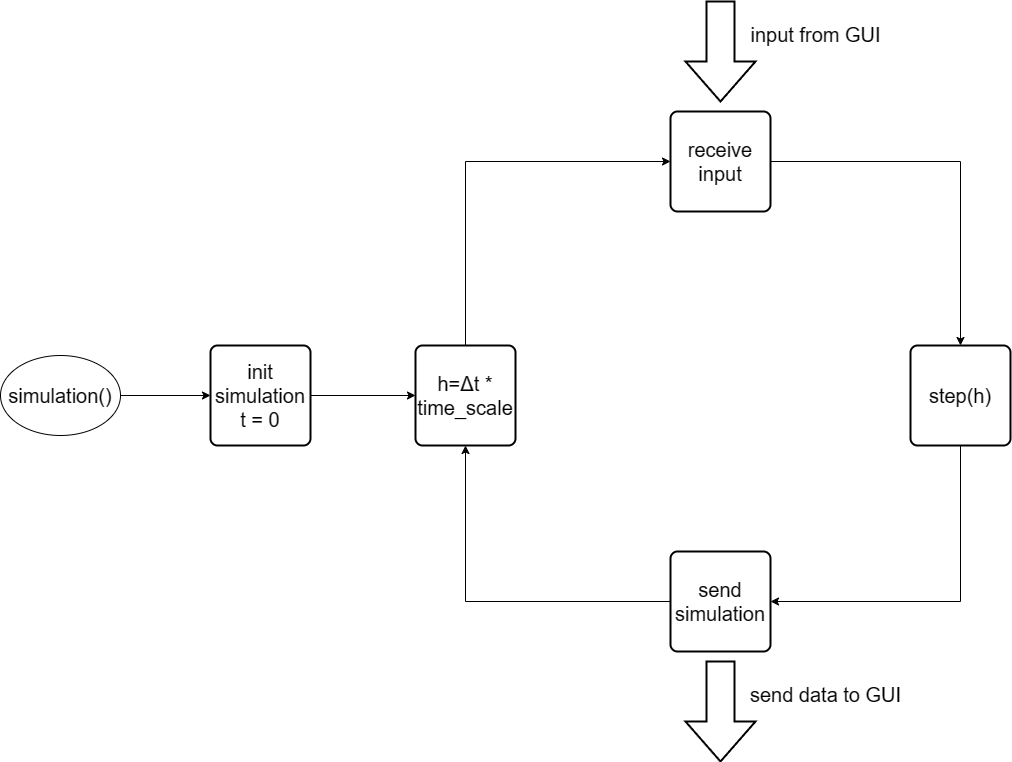
DerGorn/InterstellareSimulation keeps this draw.io diagram as Final/simulation.png. Above is the earlier version. Source tidied: cells renumbered, new cells last; positions are measured from the earlier drawing's top-left corner, leaving out a move shared by most shapes. Source of this version:
```xml
<mxGraphModel>
  <root>
    <mxCell id="0" />
    <mxCell id="1" parent="0" />
    <mxCell id="2" style="edgeStyle=orthogonalEdgeStyle;rounded=0;jettySize=auto;html=1;entryX=0;entryY=0.5;entryDx=0;entryDy=0;" parent="1" edge="1" source="3" target="5">
      <mxGeometry relative="1" as="geometry" />
    </mxCell>
    <mxCell id="3" value="&lt;font style=&quot;font-size: 20px;&quot;&gt;simulation()&lt;/font&gt;" style="ellipse;whiteSpace=wrap;html=1;" parent="1" vertex="1">
      <mxGeometry y="354" width="120" height="80" as="geometry" />
    </mxCell>
    <mxCell id="4" style="edgeStyle=orthogonalEdgeStyle;rounded=0;jettySize=auto;html=1;entryX=0;entryY=0.5;entryDx=0;entryDy=0;" parent="1" edge="1" source="5" target="7">
      <mxGeometry relative="1" as="geometry" />
    </mxCell>
    <mxCell id="5" value="&lt;font style=&quot;font-size: 20px;&quot;&gt;init simulation&lt;br&gt;t = 0&lt;/font&gt;" style="rounded=1;whiteSpace=wrap;html=1;absoluteArcSize=1;arcSize=14;strokeWidth=2;" parent="1" vertex="1">
      <mxGeometry x="210" y="344" width="100" height="100" as="geometry" />
    </mxCell>
    <mxCell id="6" style="edgeStyle=orthogonalEdgeStyle;rounded=0;jettySize=auto;html=1;entryX=0;entryY=0.5;entryDx=0;entryDy=0;exitX=0.5;exitY=0;exitDx=0;exitDy=0;" parent="1" edge="1" source="7" target="11">
      <mxGeometry relative="1" as="geometry" />
    </mxCell>
    <mxCell id="7" value="&lt;font style=&quot;font-size: 20px;&quot;&gt;h=Δt * time_scale&lt;/font&gt;" style="rounded=1;whiteSpace=wrap;html=1;absoluteArcSize=1;arcSize=14;strokeWidth=2;" parent="1" vertex="1">
      <mxGeometry x="415" y="344" width="100" height="100" as="geometry" />
    </mxCell>
    <mxCell id="8" style="edgeStyle=orthogonalEdgeStyle;rounded=0;jettySize=auto;html=1;entryX=0.5;entryY=1;entryDx=0;entryDy=0;" parent="1" edge="1" source="9" target="7">
      <mxGeometry relative="1" as="geometry" />
    </mxCell>
    <mxCell id="9" value="&lt;font style=&quot;font-size: 20px;&quot;&gt;send simulation&lt;/font&gt;" style="rounded=1;whiteSpace=wrap;html=1;absoluteArcSize=1;arcSize=14;strokeWidth=2;" parent="1" vertex="1">
      <mxGeometry x="670" y="550" width="100" height="100" as="geometry" />
    </mxCell>
    <mxCell id="10" style="edgeStyle=orthogonalEdgeStyle;rounded=0;jettySize=auto;html=1;entryX=0.5;entryY=0;entryDx=0;entryDy=0;" parent="1" edge="1" source="11" target="13">
      <mxGeometry relative="1" as="geometry" />
    </mxCell>
    <mxCell id="11" value="&lt;font style=&quot;font-size: 20px;&quot;&gt;receive input&lt;/font&gt;" style="rounded=1;whiteSpace=wrap;html=1;absoluteArcSize=1;arcSize=14;strokeWidth=2;" parent="1" vertex="1">
      <mxGeometry x="670" y="110" width="100" height="100" as="geometry" />
    </mxCell>
    <mxCell id="12" style="edgeStyle=orthogonalEdgeStyle;rounded=0;jettySize=auto;html=1;entryX=1;entryY=0.5;entryDx=0;entryDy=0;exitX=0.5;exitY=1;exitDx=0;exitDy=0;" parent="1" edge="1" source="13" target="9">
      <mxGeometry relative="1" as="geometry" />
    </mxCell>
    <mxCell id="13" value="&lt;font style=&quot;font-size: 20px;&quot;&gt;step(h)&lt;/font&gt;" style="rounded=1;whiteSpace=wrap;html=1;absoluteArcSize=1;arcSize=14;strokeWidth=2;" parent="1" vertex="1">
      <mxGeometry x="910" y="344" width="100" height="100" as="geometry" />
    </mxCell>
    <mxCell id="14" style="verticalLabelPosition=bottom;verticalAlign=top;html=1;strokeWidth=2;shape=mxgraph.arrows2.arrow;dy=0.6;dx=40;notch=0;direction=south;" parent="1" vertex="1">
      <mxGeometry x="685" width="70" height="100" as="geometry" />
    </mxCell>
    <mxCell id="15" style="verticalLabelPosition=bottom;verticalAlign=top;html=1;strokeWidth=2;shape=mxgraph.arrows2.arrow;dy=0.6;dx=40;notch=0;direction=south;" parent="1" vertex="1">
      <mxGeometry x="685" y="660" width="70" height="100" as="geometry" />
    </mxCell>
    <mxCell id="16" value="&lt;font style=&quot;font-size: 20px;&quot;&gt;input from GUI&lt;/font&gt;" style="text;html=1;align=center;verticalAlign=middle;strokeColor=none;fillColor=none;" parent="1" vertex="1">
      <mxGeometry x="740" y="13" width="150" height="40" as="geometry" />
    </mxCell>
    <mxCell id="17" value="&lt;font style=&quot;font-size: 20px;&quot;&gt;send data to GUI&lt;/font&gt;" style="text;html=1;align=center;verticalAlign=middle;strokeColor=none;fillColor=none;" parent="1" vertex="1">
      <mxGeometry x="740" y="673" width="170" height="40" as="geometry" />
    </mxCell>
  </root>
</mxGraphModel>
```
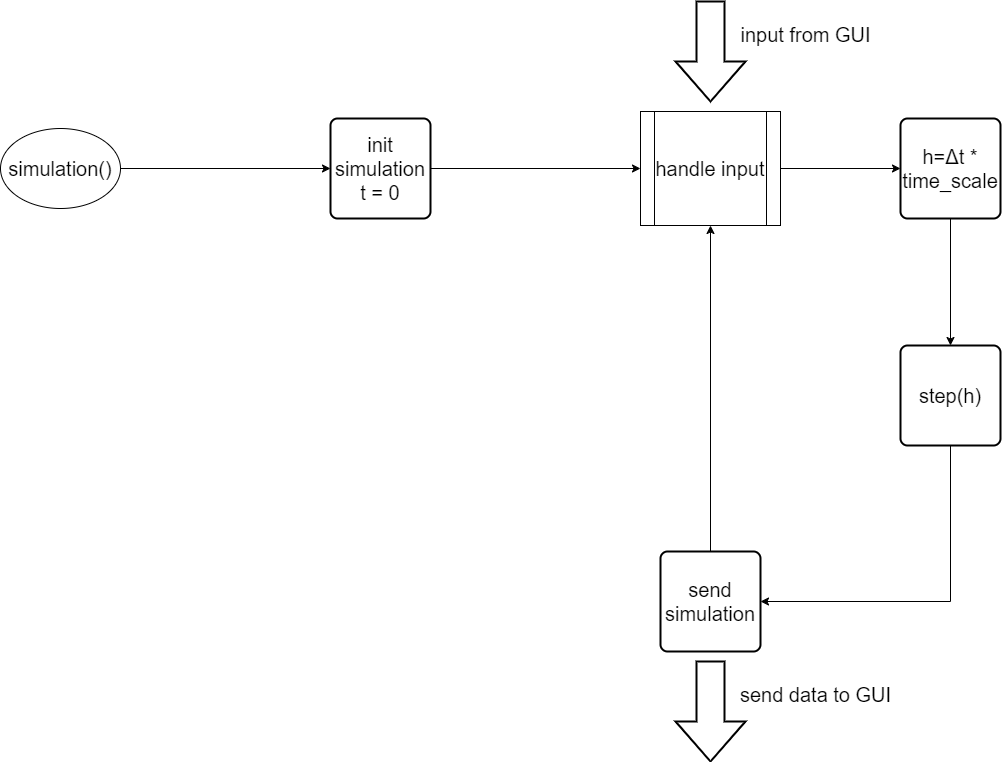
The same file after the commit.

What changed in the source:
```diff
@@ -6,32 +6,26 @@
       <mxGeometry relative="1" as="geometry" />
     </mxCell>
     <mxCell id="3" value="&lt;font style=&quot;font-size: 20px;&quot;&gt;simulation()&lt;/font&gt;" style="ellipse;whiteSpace=wrap;html=1;" parent="1" vertex="1">
-      <mxGeometry y="354" width="120" height="80" as="geometry" />
+      <mxGeometry x="10" y="127" width="120" height="80" as="geometry" />
     </mxCell>
-    <mxCell id="4" style="edgeStyle=orthogonalEdgeStyle;rounded=0;jettySize=auto;html=1;entryX=0;entryY=0.5;entryDx=0;entryDy=0;" parent="1" edge="1" source="5" target="7">
-      <mxGeometry relative="1" as="geometry" />
-    </mxCell>
+    <mxCell id="18" style="edgeStyle=orthogonalEdgeStyle;rounded=0;jettySize=auto;html=1;entryX=0;entryY=0.5;entryDx=0;entryDy=0;" parent="1" edge="1" source="5" target="22">
+      <mxGeometry relative="1" as="geometry" />
+    </mxCell>
     <mxCell id="5" value="&lt;font style=&quot;font-size: 20px;&quot;&gt;init simulation&lt;br&gt;t = 0&lt;/font&gt;" style="rounded=1;whiteSpace=wrap;html=1;absoluteArcSize=1;arcSize=14;strokeWidth=2;" parent="1" vertex="1">
-      <mxGeometry x="210" y="344" width="100" height="100" as="geometry" />
+      <mxGeometry x="340" y="117" width="100" height="100" as="geometry" />
     </mxCell>
-    <mxCell id="6" style="edgeStyle=orthogonalEdgeStyle;rounded=0;jettySize=auto;html=1;entryX=0;entryY=0.5;entryDx=0;entryDy=0;exitX=0.5;exitY=0;exitDx=0;exitDy=0;" parent="1" edge="1" source="7" target="11">
-      <mxGeometry relative="1" as="geometry" />
-    </mxCell>
+    <mxCell id="19" style="edgeStyle=orthogonalEdgeStyle;rounded=0;jettySize=auto;html=1;entryX=0.5;entryY=0;entryDx=0;entryDy=0;" parent="1" edge="1" source="7" target="13">
+      <mxGeometry relative="1" as="geometry" />
+    </mxCell>
     <mxCell id="7" value="&lt;font style=&quot;font-size: 20px;&quot;&gt;h=Δt * time_scale&lt;/font&gt;" style="rounded=1;whiteSpace=wrap;html=1;absoluteArcSize=1;arcSize=14;strokeWidth=2;" parent="1" vertex="1">
-      <mxGeometry x="415" y="344" width="100" height="100" as="geometry" />
+      <mxGeometry x="910" y="117" width="100" height="100" as="geometry" />
     </mxCell>
-    <mxCell id="8" style="edgeStyle=orthogonalEdgeStyle;rounded=0;jettySize=auto;html=1;entryX=0.5;entryY=1;entryDx=0;entryDy=0;" parent="1" edge="1" source="9" target="7">
-      <mxGeometry relative="1" as="geometry" />
-    </mxCell>
+    <mxCell id="20" style="edgeStyle=orthogonalEdgeStyle;rounded=0;jettySize=auto;html=1;" parent="1" edge="1" source="9" target="22">
+      <mxGeometry relative="1" as="geometry" />
+    </mxCell>
     <mxCell id="9" value="&lt;font style=&quot;font-size: 20px;&quot;&gt;send simulation&lt;/font&gt;" style="rounded=1;whiteSpace=wrap;html=1;absoluteArcSize=1;arcSize=14;strokeWidth=2;" parent="1" vertex="1">
       <mxGeometry x="670" y="550" width="100" height="100" as="geometry" />
     </mxCell>
-    <mxCell id="10" style="edgeStyle=orthogonalEdgeStyle;rounded=0;jettySize=auto;html=1;entryX=0.5;entryY=0;entryDx=0;entryDy=0;" parent="1" edge="1" source="11" target="13">
-      <mxGeometry relative="1" as="geometry" />
-    </mxCell>
-    <mxCell id="11" value="&lt;font style=&quot;font-size: 20px;&quot;&gt;receive input&lt;/font&gt;" style="rounded=1;whiteSpace=wrap;html=1;absoluteArcSize=1;arcSize=14;strokeWidth=2;" parent="1" vertex="1">
-      <mxGeometry x="670" y="110" width="100" height="100" as="geometry" />
-    </mxCell>
     <mxCell id="12" style="edgeStyle=orthogonalEdgeStyle;rounded=0;jettySize=auto;html=1;entryX=1;entryY=0.5;entryDx=0;entryDy=0;exitX=0.5;exitY=1;exitDx=0;exitDy=0;" parent="1" edge="1" source="13" target="9">
       <mxGeometry relative="1" as="geometry" />
     </mxCell>
@@ -50,5 +44,11 @@
     <mxCell id="17" value="&lt;font style=&quot;font-size: 20px;&quot;&gt;send data to GUI&lt;/font&gt;" style="text;html=1;align=center;verticalAlign=middle;strokeColor=none;fillColor=none;" parent="1" vertex="1">
       <mxGeometry x="740" y="673" width="170" height="40" as="geometry" />
     </mxCell>
+    <mxCell id="21" style="edgeStyle=orthogonalEdgeStyle;rounded=0;jettySize=auto;html=1;" parent="1" edge="1" source="22" target="7">
+      <mxGeometry relative="1" as="geometry" />
+    </mxCell>
+    <mxCell id="22" value="handle input" style="shape=process;whiteSpace=wrap;html=1;backgroundOutline=1;fontSize=20;" parent="1" vertex="1">
+      <mxGeometry x="650" y="110" width="140" height="114" as="geometry" />
+    </mxCell>
   </root>
 </mxGraphModel>
```
